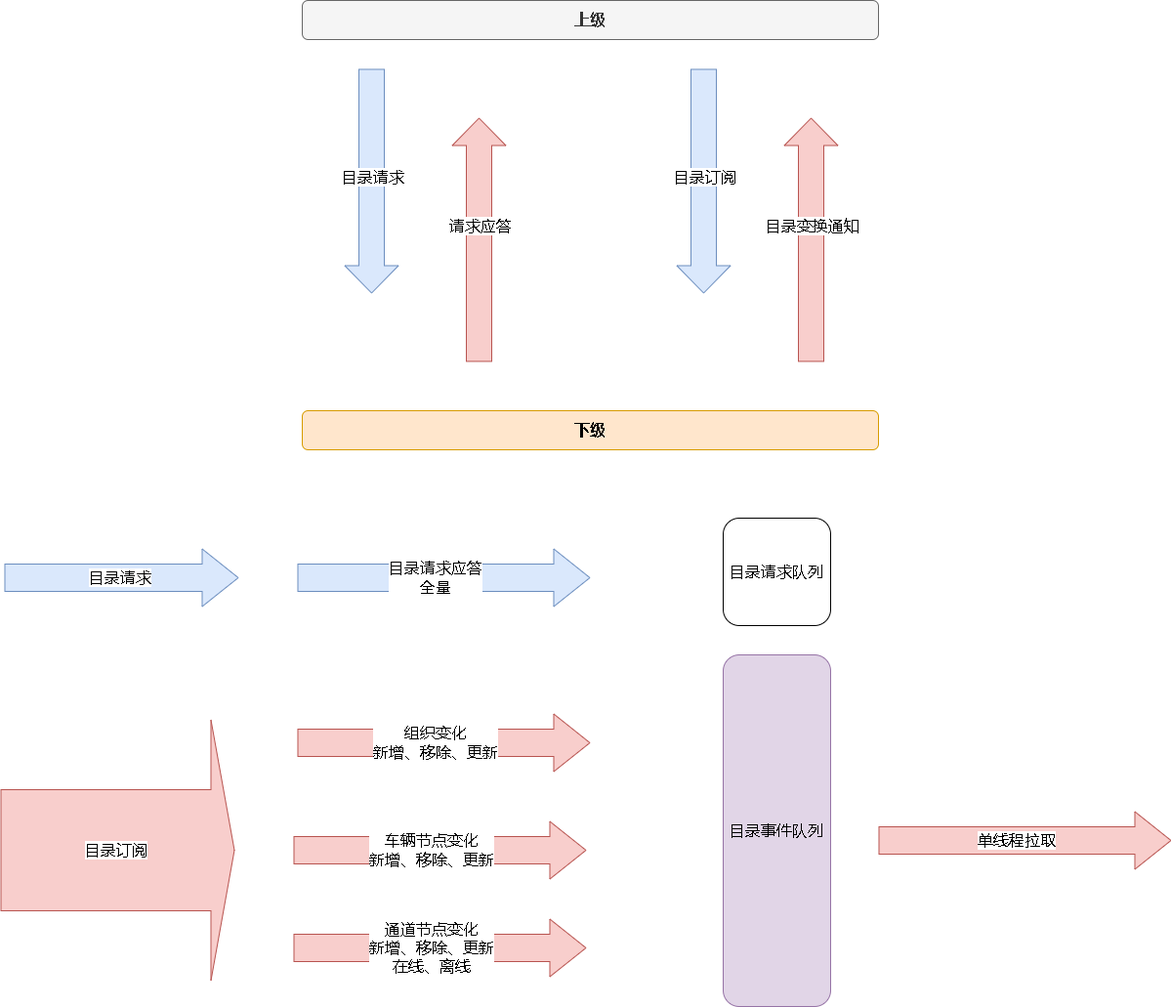
The draw.io diagram 28181.drawio.png in xktder/draw, before a commit. Source tidied: cells renumbered, new cells last; positions are measured from the earlier drawing's top-left corner, leaving out a move shared by most shapes.
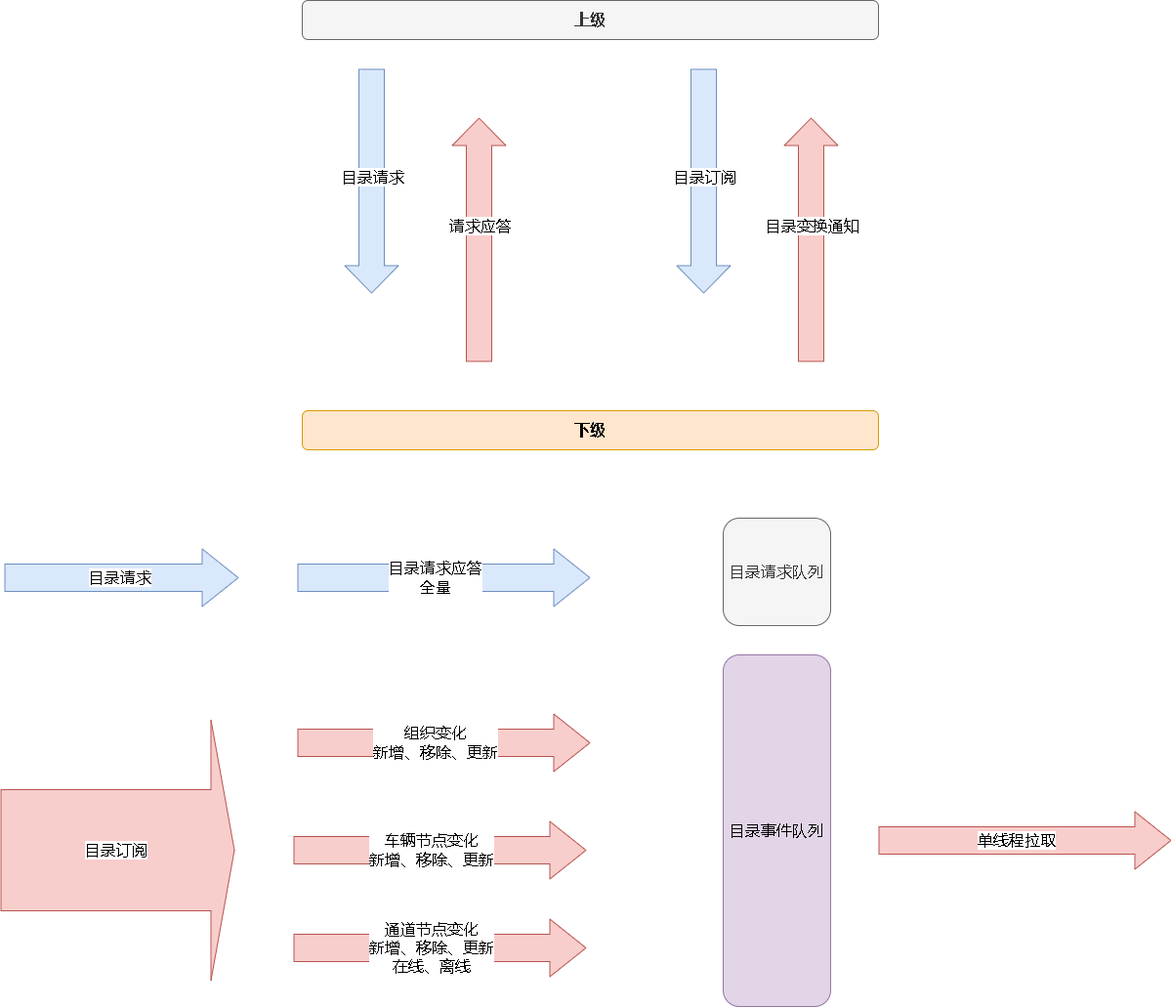
After the commit.

The edit, as a diff of the source:
```diff
@@ -132,7 +132,7 @@
         <mxPoint x="25" as="offset" />
       </mxGeometry>
     </mxCell>
-    <mxCell id="27" value="目录请求队列" style="rounded=1;whiteSpace=wrap;html=1;fontSize=16;" parent="1" vertex="1">
+    <mxCell id="27" value="目录请求队列" style="rounded=1;whiteSpace=wrap;html=1;fontSize=16;fillColor=#f5f5f5;fontColor=#333333;strokeColor=#666666;" parent="1" vertex="1">
       <mxGeometry x="740" y="530" width="110" height="110" as="geometry" />
     </mxCell>
   </root>
```
